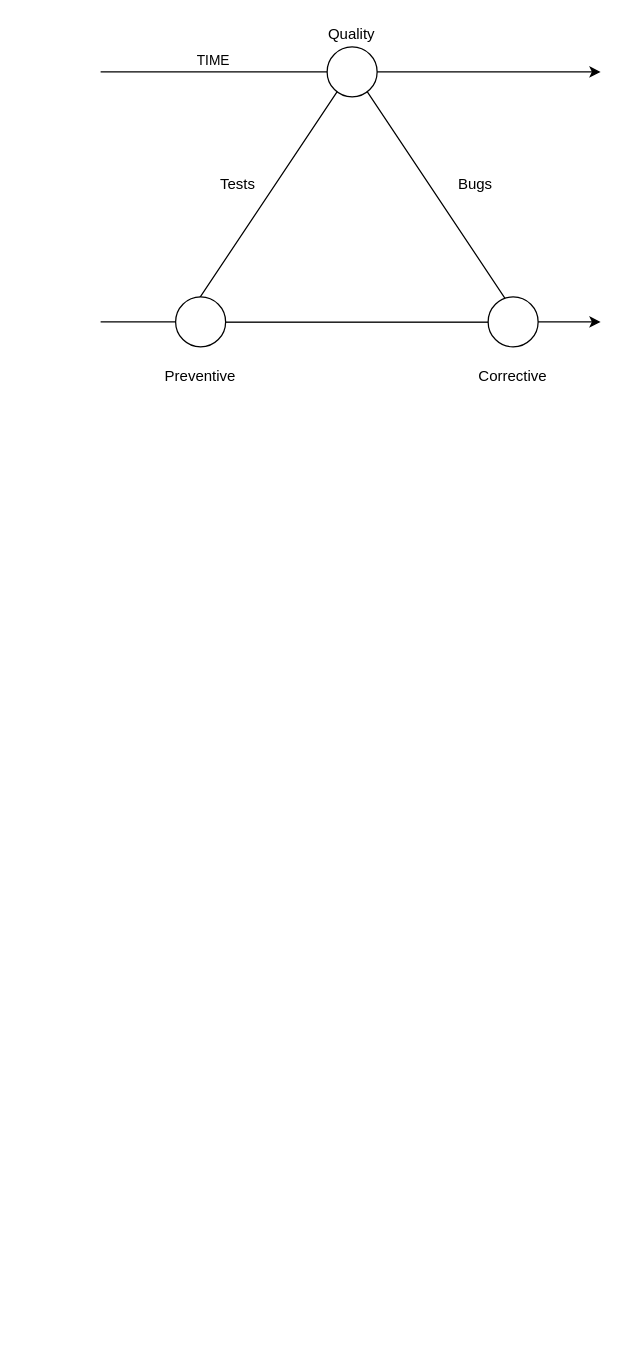
Above: diagrams/Quality.drawio in ismaelmk/quality-triage (draw.io), before the change. Source tidied: cells renumbered, new cells numbered last; positions are measured from the earlier drawing's top-left corner, leaving out a move shared by most shapes. Both pictures are drawn from the tidied source at 125%, with x=0, y=0 at pixel (100, 21).
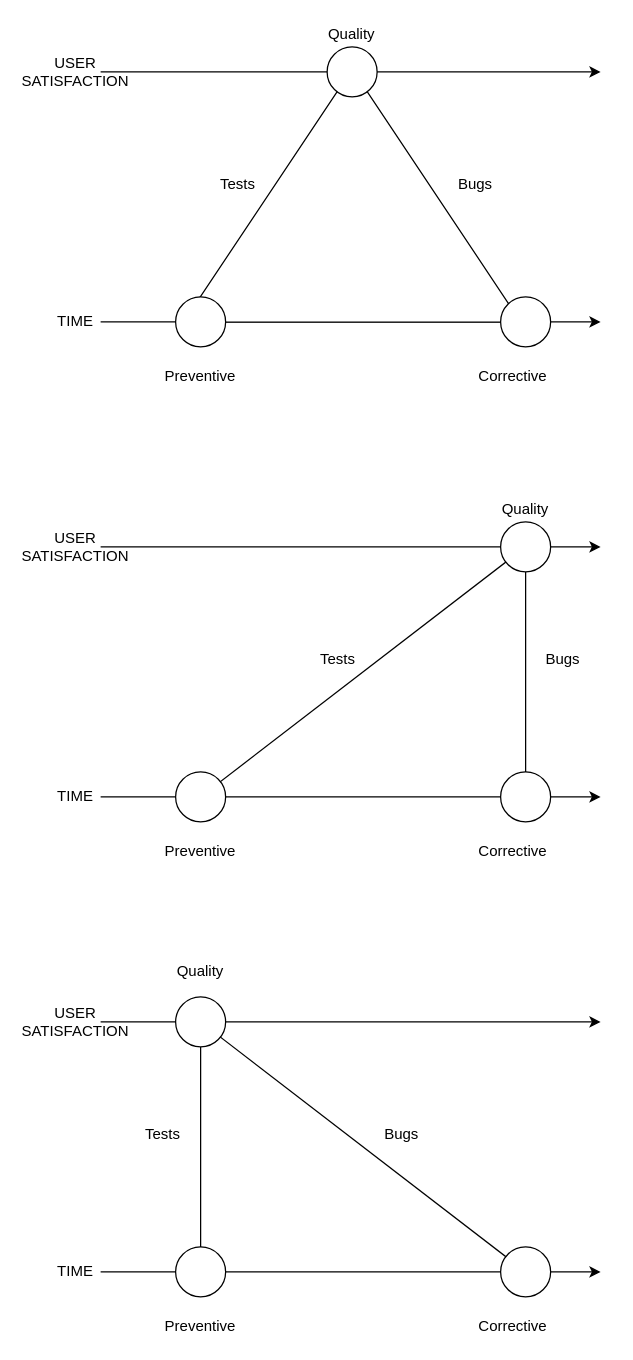
Above is the later version.

The change refers to these unchanged cells:
```xml
<mxCell id="2" style="endArrow=classic;html=1;" parent="1" edge="1">
  <mxGeometry relative="1" as="geometry">
    <mxPoint y="40" as="sourcePoint" />
    <mxPoint x="400" y="40" as="targetPoint" />
  </mxGeometry>
</mxCell>
```

The edit, as a diff of the source:
```diff
@@
+    <mxCell id="4" style="endArrow=classic;html=1;" parent="1" edge="1">
+      <mxGeometry relative="1" as="geometry">
+        <mxPoint y="240" as="sourcePoint" />
+        <mxPoint x="400" y="240" as="targetPoint" />
+      </mxGeometry>
+    </mxCell>
@@
-    <mxCell id="3" value="TIME" style="edgeLabel;html=1;align=center;verticalAlign=middle;" parent="2" vertex="1">
-      <mxGeometry x="-0.41" y="-2" relative="1" as="geometry">
-        <mxPoint x="-29" y="-12" as="offset" />
-      </mxGeometry>
-    </mxCell>
-    <mxCell id="4" style="endArrow=classic;html=1;" parent="1" edge="1">
-      <mxGeometry relative="1" as="geometry">
-        <mxPoint y="240" as="sourcePoint" />
-        <mxPoint x="400" y="240" as="targetPoint" />
-      </mxGeometry>
-    </mxCell>
@@
     <mxCell id="6" style="ellipse;whiteSpace=wrap;html=1;" parent="1" vertex="1">
-      <mxGeometry x="310" y="220" width="40" height="40" as="geometry" />
+      <mxGeometry x="320" y="220" width="40" height="40" as="geometry" />
     </mxCell>
@@
+    <mxCell id="14" value="TIME" style="text;html=1;strokeColor=none;fillColor=none;align=center;verticalAlign=middle;whiteSpace=wrap;rounded=0;" parent="1" vertex="1">
+      <mxGeometry x="-40" y="230" width="40" height="20" as="geometry" />
+    </mxCell>
+    <mxCell id="15" value="USER SATISFACTION" style="text;html=1;strokeColor=none;fillColor=none;align=center;verticalAlign=middle;whiteSpace=wrap;rounded=0;" parent="1" vertex="1">
+      <mxGeometry x="-40" y="30" width="40" height="20" as="geometry" />
+    </mxCell>
+    <mxCell id="16" style="endArrow=classic;html=1;" parent="1" edge="1">
+      <mxGeometry relative="1" as="geometry">
+        <mxPoint y="620" as="sourcePoint" />
+        <mxPoint x="400" y="620" as="targetPoint" />
+      </mxGeometry>
+    </mxCell>
+    <mxCell id="17" value="Preventive" style="text;html=1;strokeColor=none;fillColor=none;align=center;verticalAlign=middle;whiteSpace=wrap;rounded=0;" parent="1" vertex="1">
+      <mxGeometry x="60" y="654" width="40" height="20" as="geometry" />
+    </mxCell>
+    <mxCell id="18" value="Corrective" style="text;html=1;strokeColor=none;fillColor=none;align=center;verticalAlign=middle;whiteSpace=wrap;rounded=0;" parent="1" vertex="1">
+      <mxGeometry x="310" y="654" width="40" height="20" as="geometry" />
+    </mxCell>
+    <mxCell id="19" value="Quality" style="text;html=1;strokeColor=none;fillColor=none;align=center;verticalAlign=middle;whiteSpace=wrap;rounded=0;" parent="1" vertex="1">
+      <mxGeometry x="320" y="380" width="40" height="20" as="geometry" />
+    </mxCell>
+    <mxCell id="20" value="Tests" style="text;html=1;strokeColor=none;fillColor=none;align=center;verticalAlign=middle;whiteSpace=wrap;rounded=0;" parent="1" vertex="1">
+      <mxGeometry x="170" y="500" width="40" height="20" as="geometry" />
+    </mxCell>
+    <mxCell id="21" value="Bugs" style="text;html=1;strokeColor=none;fillColor=none;align=center;verticalAlign=middle;whiteSpace=wrap;rounded=0;" parent="1" vertex="1">
+      <mxGeometry x="350" y="500" width="40" height="20" as="geometry" />
+    </mxCell>
+    <mxCell id="22" value="TIME" style="text;html=1;strokeColor=none;fillColor=none;align=center;verticalAlign=middle;whiteSpace=wrap;rounded=0;" parent="1" vertex="1">
+      <mxGeometry x="-40" y="610" width="40" height="20" as="geometry" />
+    </mxCell>
+    <mxCell id="23" value="USER SATISFACTION" style="text;html=1;strokeColor=none;fillColor=none;align=center;verticalAlign=middle;whiteSpace=wrap;rounded=0;" parent="1" vertex="1">
+      <mxGeometry x="-40" y="410" width="40" height="20" as="geometry" />
+    </mxCell>
+    <mxCell id="24" style="endArrow=classic;html=1;" parent="1" edge="1">
+      <mxGeometry relative="1" as="geometry">
+        <mxPoint y="420" as="sourcePoint" />
+        <mxPoint x="400" y="420" as="targetPoint" />
+      </mxGeometry>
+    </mxCell>
+    <mxCell id="25" style="endArrow=none;html=1;entryX=0.5;entryY=0.5;entryDx=0;entryDy=0;entryPerimeter=0;" parent="1" edge="1" target="27">
+      <mxGeometry relative="1" as="geometry">
+        <mxPoint x="80" y="620" as="sourcePoint" />
+      </mxGeometry>
+    </mxCell>
+    <mxCell id="26" style="endArrow=none;html=1;exitX=0.5;exitY=0.5;exitDx=0;exitDy=0;exitPerimeter=0;entryX=0.5;entryY=0.5;entryDx=0;entryDy=0;entryPerimeter=0;" parent="1" edge="1" source="28" target="27">
+      <mxGeometry relative="1" as="geometry" />
+    </mxCell>
+    <mxCell id="27" style="ellipse;whiteSpace=wrap;html=1;" parent="1" vertex="1">
+      <mxGeometry x="320" y="400" width="40" height="40" as="geometry" />
+    </mxCell>
+    <mxCell id="28" style="ellipse;whiteSpace=wrap;html=1;" parent="1" vertex="1">
+      <mxGeometry x="320" y="600" width="40" height="40" as="geometry" />
+    </mxCell>
+    <mxCell id="29" style="ellipse;whiteSpace=wrap;html=1;" parent="1" vertex="1">
+      <mxGeometry x="60" y="600" width="40" height="40" as="geometry" />
+    </mxCell>
+    <mxCell id="30" style="endArrow=classic;html=1;" parent="1" edge="1">
+      <mxGeometry relative="1" as="geometry">
+        <mxPoint y="1000" as="sourcePoint" />
+        <mxPoint x="400" y="1000" as="targetPoint" />
+      </mxGeometry>
+    </mxCell>
+    <mxCell id="31" value="Preventive" style="text;html=1;strokeColor=none;fillColor=none;align=center;verticalAlign=middle;whiteSpace=wrap;rounded=0;" parent="1" vertex="1">
+      <mxGeometry x="60" y="1034" width="40" height="20" as="geometry" />
+    </mxCell>
+    <mxCell id="32" value="Corrective" style="text;html=1;strokeColor=none;fillColor=none;align=center;verticalAlign=middle;whiteSpace=wrap;rounded=0;" parent="1" vertex="1">
+      <mxGeometry x="310" y="1034" width="40" height="20" as="geometry" />
+    </mxCell>
+    <mxCell id="33" value="Quality" style="text;html=1;strokeColor=none;fillColor=none;align=center;verticalAlign=middle;whiteSpace=wrap;rounded=0;" parent="1" vertex="1">
+      <mxGeometry x="60" y="750" width="40" height="20" as="geometry" />
+    </mxCell>
+    <mxCell id="34" value="Tests" style="text;html=1;strokeColor=none;fillColor=none;align=center;verticalAlign=middle;whiteSpace=wrap;rounded=0;" parent="1" vertex="1">
+      <mxGeometry x="30" y="880" width="40" height="20" as="geometry" />
+    </mxCell>
+    <mxCell id="35" value="Bugs" style="text;html=1;strokeColor=none;fillColor=none;align=center;verticalAlign=middle;whiteSpace=wrap;rounded=0;" parent="1" vertex="1">
+      <mxGeometry x="221" y="880" width="40" height="20" as="geometry" />
+    </mxCell>
+    <mxCell id="36" value="TIME" style="text;html=1;strokeColor=none;fillColor=none;align=center;verticalAlign=middle;whiteSpace=wrap;rounded=0;" parent="1" vertex="1">
+      <mxGeometry x="-40" y="990" width="40" height="20" as="geometry" />
+    </mxCell>
+    <mxCell id="37" value="USER SATISFACTION" style="text;html=1;strokeColor=none;fillColor=none;align=center;verticalAlign=middle;whiteSpace=wrap;rounded=0;" parent="1" vertex="1">
+      <mxGeometry x="-40" y="790" width="40" height="20" as="geometry" />
+    </mxCell>
+    <mxCell id="38" style="endArrow=classic;html=1;" parent="1" edge="1">
+      <mxGeometry relative="1" as="geometry">
+        <mxPoint y="800" as="sourcePoint" />
+        <mxPoint x="400" y="800" as="targetPoint" />
+      </mxGeometry>
+    </mxCell>
+    <mxCell id="39" style="endArrow=none;html=1;entryX=0.5;entryY=0.5;entryDx=0;entryDy=0;entryPerimeter=0;" parent="1" edge="1" target="41">
+      <mxGeometry relative="1" as="geometry">
+        <mxPoint x="80" y="1000" as="sourcePoint" />
+      </mxGeometry>
+    </mxCell>
+    <mxCell id="40" style="endArrow=none;html=1;exitX=0.5;exitY=0.5;exitDx=0;exitDy=0;exitPerimeter=0;entryX=0.5;entryY=0.5;entryDx=0;entryDy=0;entryPerimeter=0;" parent="1" edge="1" source="42" target="41">
+      <mxGeometry relative="1" as="geometry" />
+    </mxCell>
+    <mxCell id="41" style="ellipse;whiteSpace=wrap;html=1;" parent="1" vertex="1">
+      <mxGeometry x="60" y="780" width="40" height="40" as="geometry" />
+    </mxCell>
+    <mxCell id="42" style="ellipse;whiteSpace=wrap;html=1;" parent="1" vertex="1">
+      <mxGeometry x="320" y="980" width="40" height="40" as="geometry" />
+    </mxCell>
+    <mxCell id="43" style="ellipse;whiteSpace=wrap;html=1;" parent="1" vertex="1">
+      <mxGeometry x="60" y="980" width="40" height="40" as="geometry" />
+    </mxCell>
```
